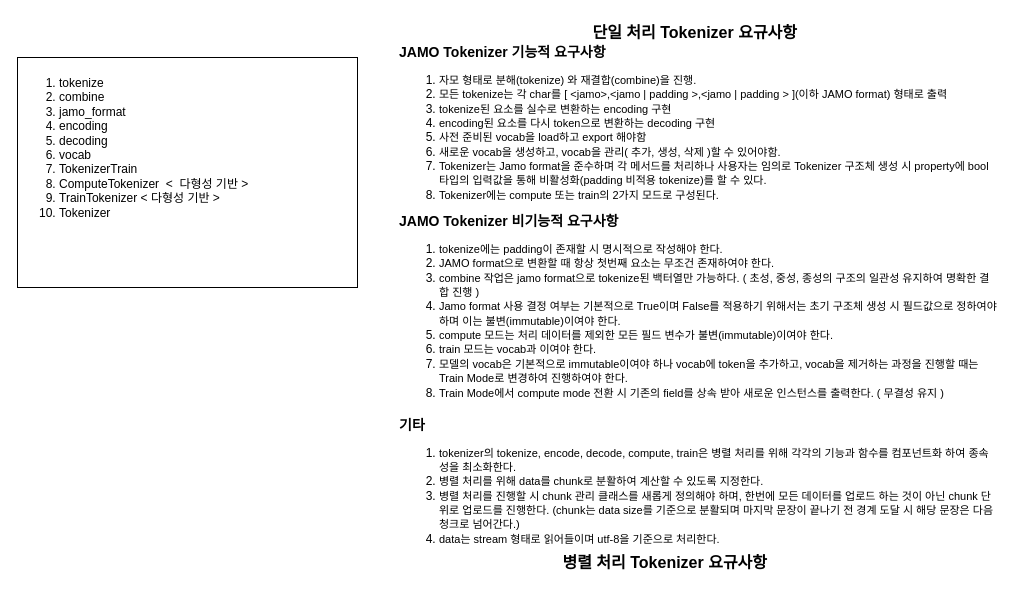
tolf7544/JAMO-Tokenizer keeps this draw.io diagram as JAMO Tokenizer 요구사항 정리.drawio. Above is the earlier version. Source tidied: cells renumbered, new cells numbered last; positions are measured from the earlier drawing's top-left corner, leaving out a move shared by most shapes. Both pictures are drawn from the tidied source at 100%, with x=0, y=0 at pixel (17, 17).
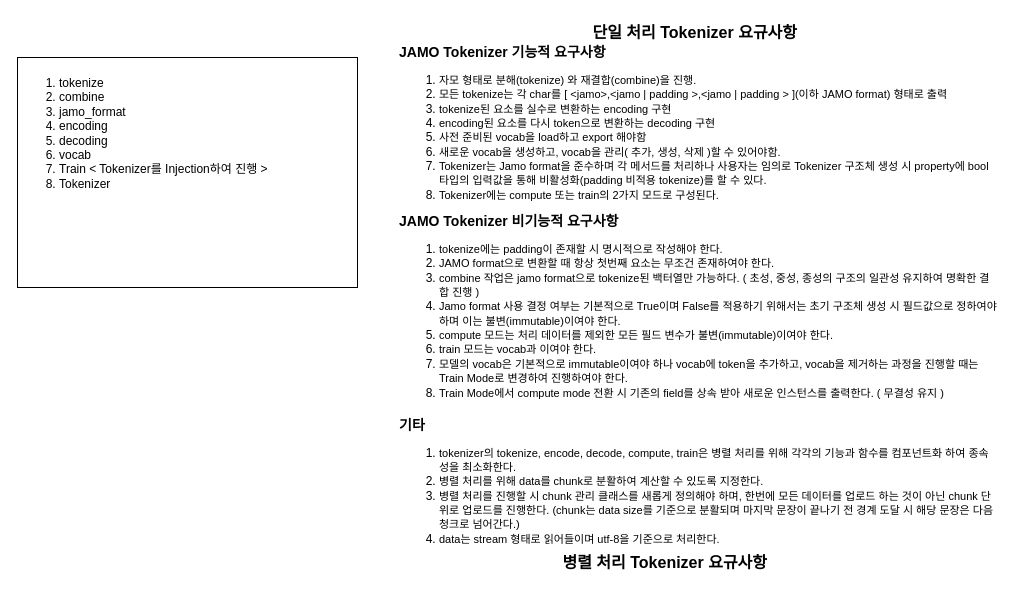
Above is the later version.

Commit message:
JAMO Tokenizer 요구사항 정리.drawio 업데이트

Diff of the diagram source:
```diff
@@
 <mxGraphModel>
   <root>
     <mxCell id="0" />
     <mxCell id="1" parent="0" />
     <mxCell id="2" value="&lt;span style=&quot;font-size: 14px;&quot;&gt;&lt;b&gt;JAMO Tokenizer 기능적 요구사항&lt;/b&gt;&lt;/span&gt;&lt;div&gt;&lt;p&gt;&lt;/p&gt;&lt;ol&gt;&lt;li&gt;&lt;font style=&quot;font-size: 11px;&quot;&gt;자모 형태로 분해(tokenize) 와 재결합(combine)을 진행.&lt;/font&gt;&lt;/li&gt;&lt;li&gt;&lt;font style=&quot;font-size: 11px;&quot;&gt;모든 tokenize는 각 char를 [ &amp;lt;jamo&amp;gt;,&amp;lt;jamo&amp;nbsp;| padding&amp;nbsp;&amp;gt;,&amp;lt;jamo | padding &amp;gt;&amp;nbsp;](이하 JAMO format) 형태로 출력&lt;/font&gt;&lt;/li&gt;&lt;li&gt;&lt;font style=&quot;font-size: 11px;&quot;&gt;tokenize된 요소를 실수로 변환하는 encoding 구현&lt;/font&gt;&lt;/li&gt;&lt;li&gt;&lt;font style=&quot;font-size: 11px;&quot;&gt;encoding된 요소를 다시 token으로 변환하는 decoding 구현&lt;/font&gt;&lt;/li&gt;&lt;li&gt;&lt;span style=&quot;font-size: 11px;&quot;&gt;사전 준비된 vocab을 load하고 export 해야함&lt;/span&gt;&lt;/li&gt;&lt;li&gt;&lt;span style=&quot;font-size: 11px;&quot;&gt;새로운 vocab을 생성하고, vocab을 관리( 추가, 생성, 삭제 )할 수 있어야함.&lt;/span&gt;&lt;/li&gt;&lt;li&gt;&lt;span style=&quot;font-size: 11px;&quot;&gt;Tokenizer는 Jamo format을 준수하며 각 메서드를 처리하나 사용자는 임의로 Tokenizer 구조체 생성 시 property에 bool 타입의 입력값을 통해 비활성화(padding 비적용 tokenize)를 할 수 있다.&lt;/span&gt;&lt;/li&gt;&lt;li&gt;&lt;span style=&quot;font-size: 11px;&quot;&gt;Tokenizer에는 compute 또는 train의 2가지 모드로 구성된다.&lt;/span&gt;&lt;/li&gt;&lt;/ol&gt;&lt;p&gt;&lt;/p&gt;&lt;div&gt;&lt;span style=&quot;font-size: 14px;&quot;&gt;&lt;b&gt;&lt;br&gt;&lt;/b&gt;&lt;/span&gt;&lt;/div&gt;&lt;/div&gt;" style="text;html=1;align=left;verticalAlign=middle;whiteSpace=wrap;rounded=0;" parent="1" vertex="1">
       <mxGeometry x="380" y="40" width="600" height="160" as="geometry" />
     </mxCell>
     <mxCell id="3" value="&lt;span style=&quot;font-size: 14px;&quot;&gt;&lt;b&gt;JAMO Tokenizer 비기능적 요구사항&lt;/b&gt;&lt;/span&gt;&lt;div&gt;&lt;p&gt;&lt;/p&gt;&lt;ol&gt;&lt;li&gt;&lt;font style=&quot;font-size: 11px;&quot;&gt;tokenize에는 padding이 존재할 시 명시적으로 작성해야 한다.&lt;/font&gt;&lt;/li&gt;&lt;li&gt;&lt;font style=&quot;font-size: 11px;&quot;&gt;JAMO format으로 변환할 때 항상 첫번째 요소는 무조건 존재하여야 한다.&lt;/font&gt;&lt;/li&gt;&lt;li&gt;&lt;font style=&quot;font-size: 11px;&quot;&gt;combine 작업은 jamo format으로 tokenize된 백터열만 가능하다. ( 초성, 중성, 종성의 구조의 일관성 유지하여 명확한 결합 진행 )&lt;/font&gt;&lt;/li&gt;&lt;li&gt;&lt;span style=&quot;font-size: 11px;&quot;&gt;Jamo format 사용 결정 여부는 기본적으로 True이며 False를 적용하기 위해서는 초기 구조체 생성 시 필드값으로 정하여야 하며 이는 불변(immutable)이여야 한다.&lt;/span&gt;&lt;/li&gt;&lt;li&gt;&lt;span style=&quot;font-size: 11px;&quot;&gt;compute 모드는 처리 데이터를 제외한 모든 필드 변수가&amp;nbsp;불변(immutable)이여야 한다.&lt;/span&gt;&lt;/li&gt;&lt;li&gt;&lt;span style=&quot;font-size: 11px;&quot;&gt;train 모드는 vocab과 이여야 한다.&lt;/span&gt;&lt;/li&gt;&lt;li&gt;&lt;span style=&quot;font-size: 11px;&quot;&gt;모델의 vocab은 기본적으로 immutable이여야 하나 vocab에 token을 추가하고, vocab을 제거하는 과정을 진행할 때는 Train Mode로 변경하여 진행하여야 한다.&lt;/span&gt;&lt;/li&gt;&lt;li&gt;&lt;span style=&quot;font-size: 11px;&quot;&gt;Train Mode에서 compute mode 전환 시 기존의 field를 상속 받아 새로운 인스턴스를 출력한다. ( 무결성 유지 )&lt;/span&gt;&lt;/li&gt;&lt;/ol&gt;&lt;/div&gt;" style="text;html=1;align=left;verticalAlign=middle;whiteSpace=wrap;rounded=0;" parent="1" vertex="1">
       <mxGeometry x="380" y="200" width="600" height="190" as="geometry" />
     </mxCell>
     <mxCell id="4" value="&lt;font style=&quot;font-size: 16px;&quot;&gt;&lt;b&gt;단일 처리 Tokenizer 요규사항&amp;nbsp;&lt;/b&gt;&lt;/font&gt;" style="text;html=1;align=center;verticalAlign=middle;whiteSpace=wrap;rounded=0;" parent="1" vertex="1">
       <mxGeometry x="380" width="600" height="30" as="geometry" />
     </mxCell>
     <mxCell id="5" value="&lt;font style=&quot;font-size: 16px;&quot;&gt;&lt;b&gt;병렬 처리 Tokenizer 요규사항&amp;nbsp;&lt;/b&gt;&lt;/font&gt;" style="text;html=1;align=center;verticalAlign=middle;whiteSpace=wrap;rounded=0;" parent="1" vertex="1">
       <mxGeometry x="350" y="530" width="600" height="30" as="geometry" />
     </mxCell>
     <mxCell id="6" value="&lt;span style=&quot;font-size: 14px;&quot;&gt;&lt;b&gt;기타&lt;/b&gt;&lt;/span&gt;&lt;div&gt;&lt;p&gt;&lt;/p&gt;&lt;ol&gt;&lt;li&gt;&lt;span style=&quot;font-size: 11px;&quot;&gt;tokenizer의 tokenize, encode, decode, compute, train은 병렬 처리를 위해 각각의 기능과 함수를 컴포넌트화 하여 종속성을 최소화한다.&lt;/span&gt;&lt;/li&gt;&lt;li&gt;&lt;span style=&quot;font-size: 11px;&quot;&gt;병렬 처리를 위해 data를 chunk로 분활하여 계산할 수 있도록 지정한다.&lt;/span&gt;&lt;/li&gt;&lt;li&gt;&lt;span style=&quot;font-size: 11px;&quot;&gt;병렬 처리를 진행할 시 chunk 관리 클래스를 새롭게 정의해야 하며, 한번에 모든 데이터를 업로드 하는 것이 아닌 chunk 단위로 업로드를 진행한다. (chunk는 data size를 기준으로 분활되며 마지막 문장이 끝나기 전 경계 도달 시 해당 문장은 다음 청크로 넘어간다.)&lt;/span&gt;&lt;/li&gt;&lt;li&gt;&lt;span style=&quot;font-size: 11px;&quot;&gt;data는 stream 형태로 읽어들이며 utf-8을 기준으로 처리한다.&lt;/span&gt;&lt;/li&gt;&lt;/ol&gt;&lt;/div&gt;" style="text;html=1;align=left;verticalAlign=middle;whiteSpace=wrap;rounded=0;" parent="1" vertex="1">
       <mxGeometry x="380" y="400" width="600" height="140" as="geometry" />
     </mxCell>
-    <mxCell id="7" value="&lt;ol&gt;&lt;li&gt;tokenize&lt;/li&gt;&lt;li&gt;combine&lt;/li&gt;&lt;li&gt;jamo_format&lt;/li&gt;&lt;li&gt;encoding&lt;/li&gt;&lt;li&gt;decoding&lt;/li&gt;&lt;li&gt;vocab&lt;/li&gt;&lt;li&gt;TokenizerTrain&lt;/li&gt;&lt;li&gt;ComputeTokenizer&amp;nbsp; &amp;lt;&amp;nbsp; 다형성 기반 &amp;gt;&lt;/li&gt;&lt;li&gt;TrainTokenizer &amp;lt; 다형성 기반&amp;nbsp;&amp;gt;&lt;/li&gt;&lt;li&gt;Tokenizer&lt;/li&gt;&lt;/ol&gt;" style="rounded=0;whiteSpace=wrap;html=1;align=left;verticalAlign=top;" parent="1" vertex="1">
+    <mxCell id="7" value="&lt;ol&gt;&lt;li&gt;tokenize&lt;/li&gt;&lt;li&gt;combine&lt;/li&gt;&lt;li&gt;jamo_format&lt;/li&gt;&lt;li&gt;encoding&lt;/li&gt;&lt;li&gt;decoding&lt;/li&gt;&lt;li&gt;vocab&lt;/li&gt;&lt;li&gt;Train &amp;lt; Tokenizer를 Injection하여 진행 &amp;gt;&lt;/li&gt;&lt;li&gt;Tokenizer&lt;/li&gt;&lt;/ol&gt;" style="rounded=0;whiteSpace=wrap;html=1;align=left;verticalAlign=top;" parent="1" vertex="1">
       <mxGeometry y="40" width="340" height="230" as="geometry" />
     </mxCell>
   </root>
 </mxGraphModel>
```
